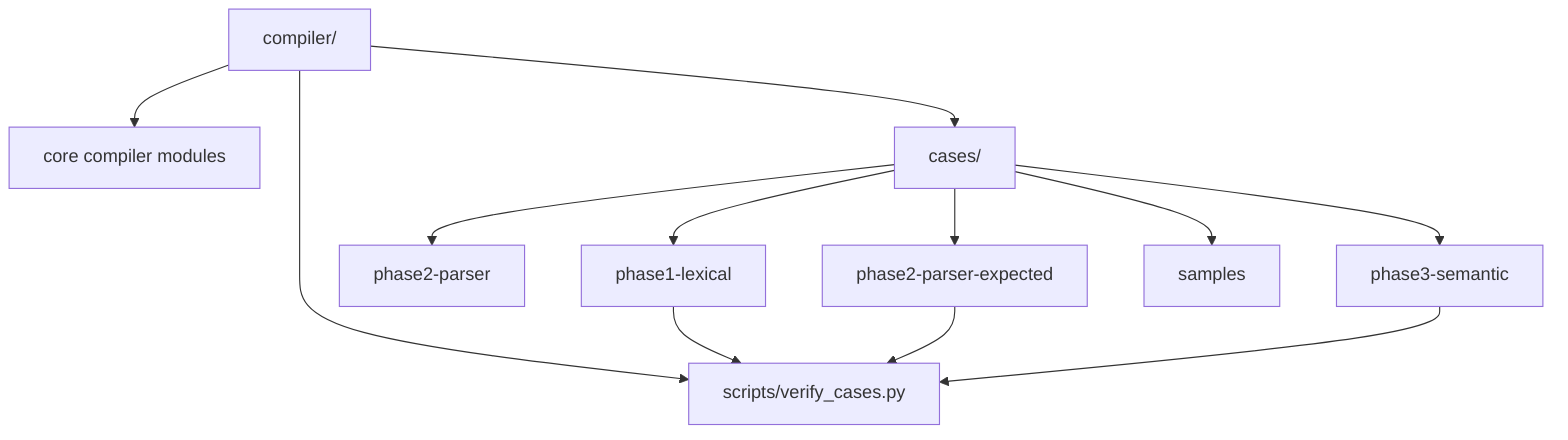
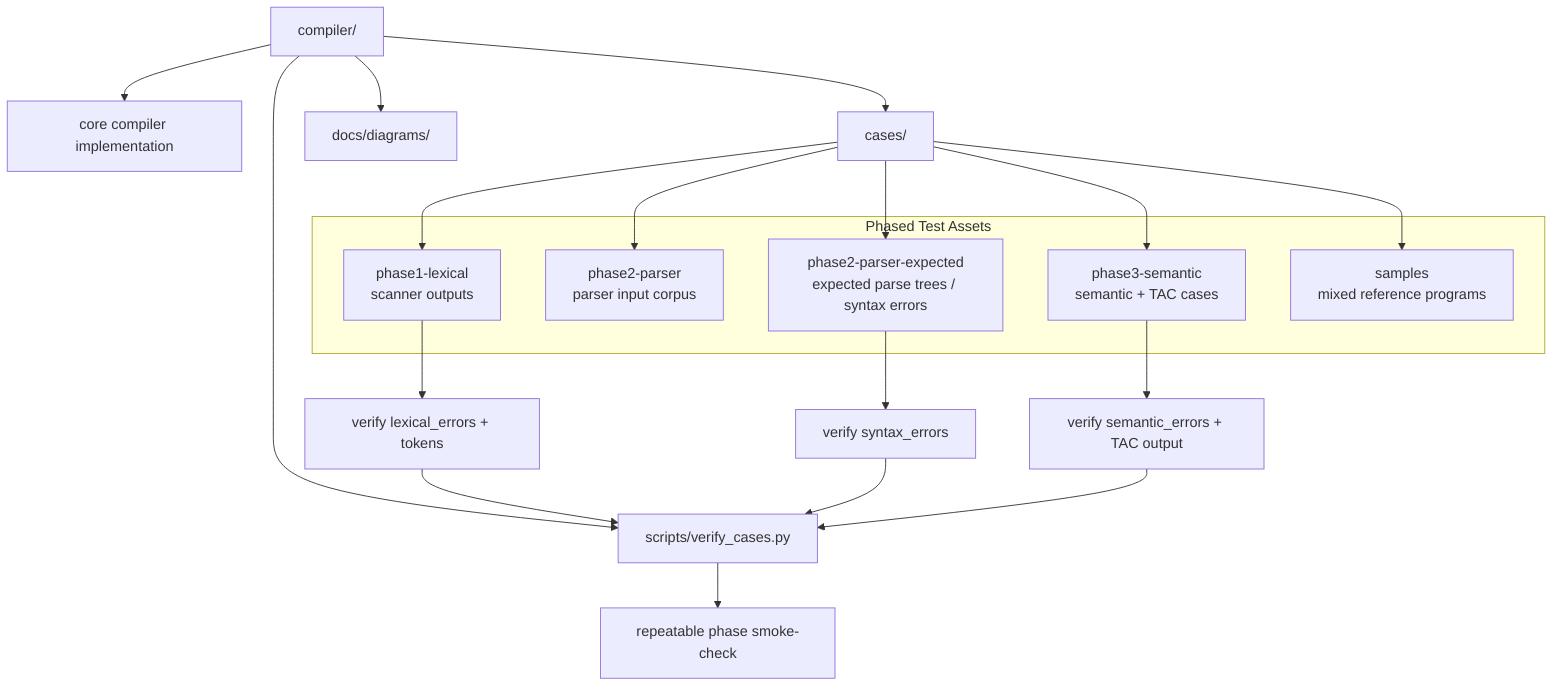
flowchart TB
-     ROOT["compiler/"] --> CORE["core compiler modules"]
+     ROOT["compiler/"] --> CORE["core compiler implementation"]
    ROOT --> CASES["cases/"]
+     ROOT --> DOCS["docs/diagrams/"]
    ROOT --> VERIFY["scripts/verify_cases.py"]

-     CASES --> P1["phase1-lexical"]
-     CASES --> P2["phase2-parser"]
-     CASES --> P2E["phase2-parser-expected"]
-     CASES --> P3["phase3-semantic"]
-     CASES --> SAMPLES["samples"]
+     subgraph CaseTree["Phased Test Assets"]
+         P1["phase1-lexical<br/>scanner outputs"]
+         P2["phase2-parser<br/>parser input corpus"]
+         P2E["phase2-parser-expected<br/>expected parse trees / syntax errors"]
+         P3["phase3-semantic<br/>semantic + TAC cases"]
+         SAMP["samples<br/>mixed reference programs"]
+     end

-     P1 --> VERIFY
-     P2E --> VERIFY
-     P3 --> VERIFY
+     CASES --> P1
+     CASES --> P2
+     CASES --> P2E
+     CASES --> P3
+     CASES --> SAMP
+ 
+     P1 --> V1["verify lexical_errors + tokens"]
+     P2E --> V2["verify syntax_errors"]
+     P3 --> V3["verify semantic_errors + TAC output"]
+ 
+     V1 --> VERIFY
+     V2 --> VERIFY
+     V3 --> VERIFY
+ 
+     VERIFY --> REPORT["repeatable phase smoke-check"]
